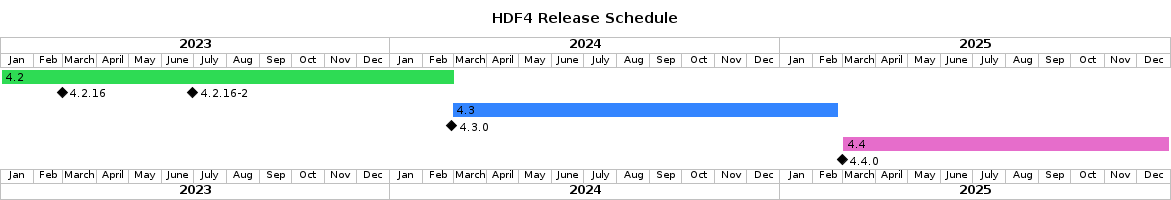
This is doc/img/release-schedule.png from HDFGroup/hdf4, a PlantUML export, as it was before one commit.
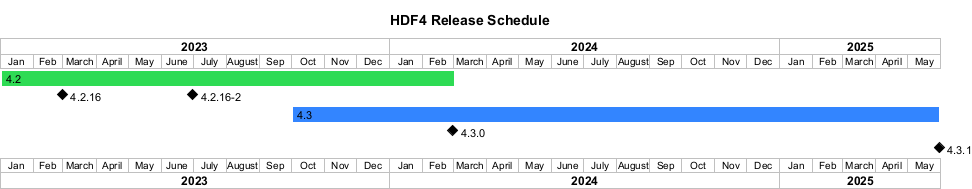
After the commit.

Diff of the diagram source:
```diff
@@ -11,12 +11,9 @@
 [4.2.16-2] displays on same row as [4.2.16]
 [4.2] is colored in #2EDB54
 
-[4.3] starts 2024-02-28 and lasts 52 weeks
-[4.3.0] happens 2024-02-28
+[4.3] starts 2023-10-01 and lasts 87 weeks
+[4.3.0] happens 2024-02-29
+[4.3.1] happens 2025-05-30
 [4.3] is colored in #3385FF
 
-[4.4] starts 2025-02-28 and lasts 44 weeks
-[4.4.0] happens 2025-02-28
-[4.4] is colored in #E66DCB
-
 @endgantt
```
